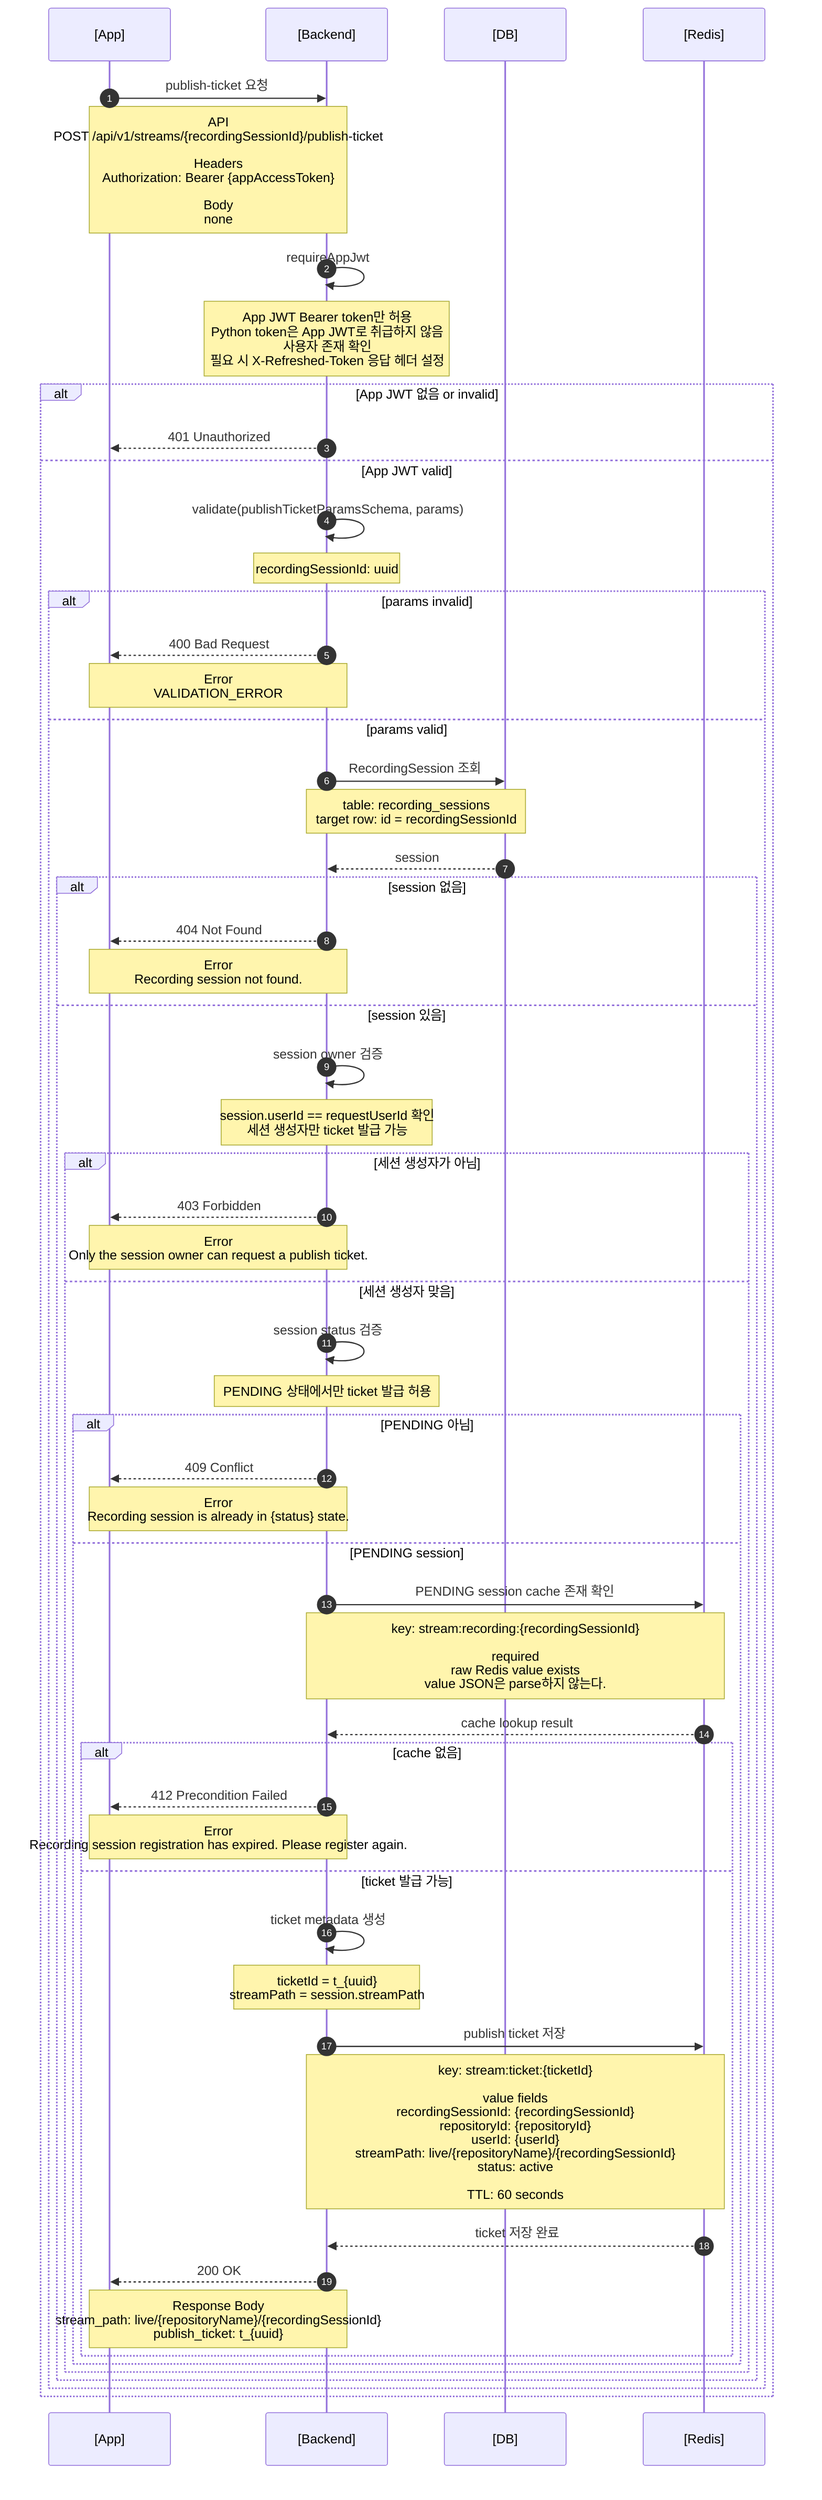
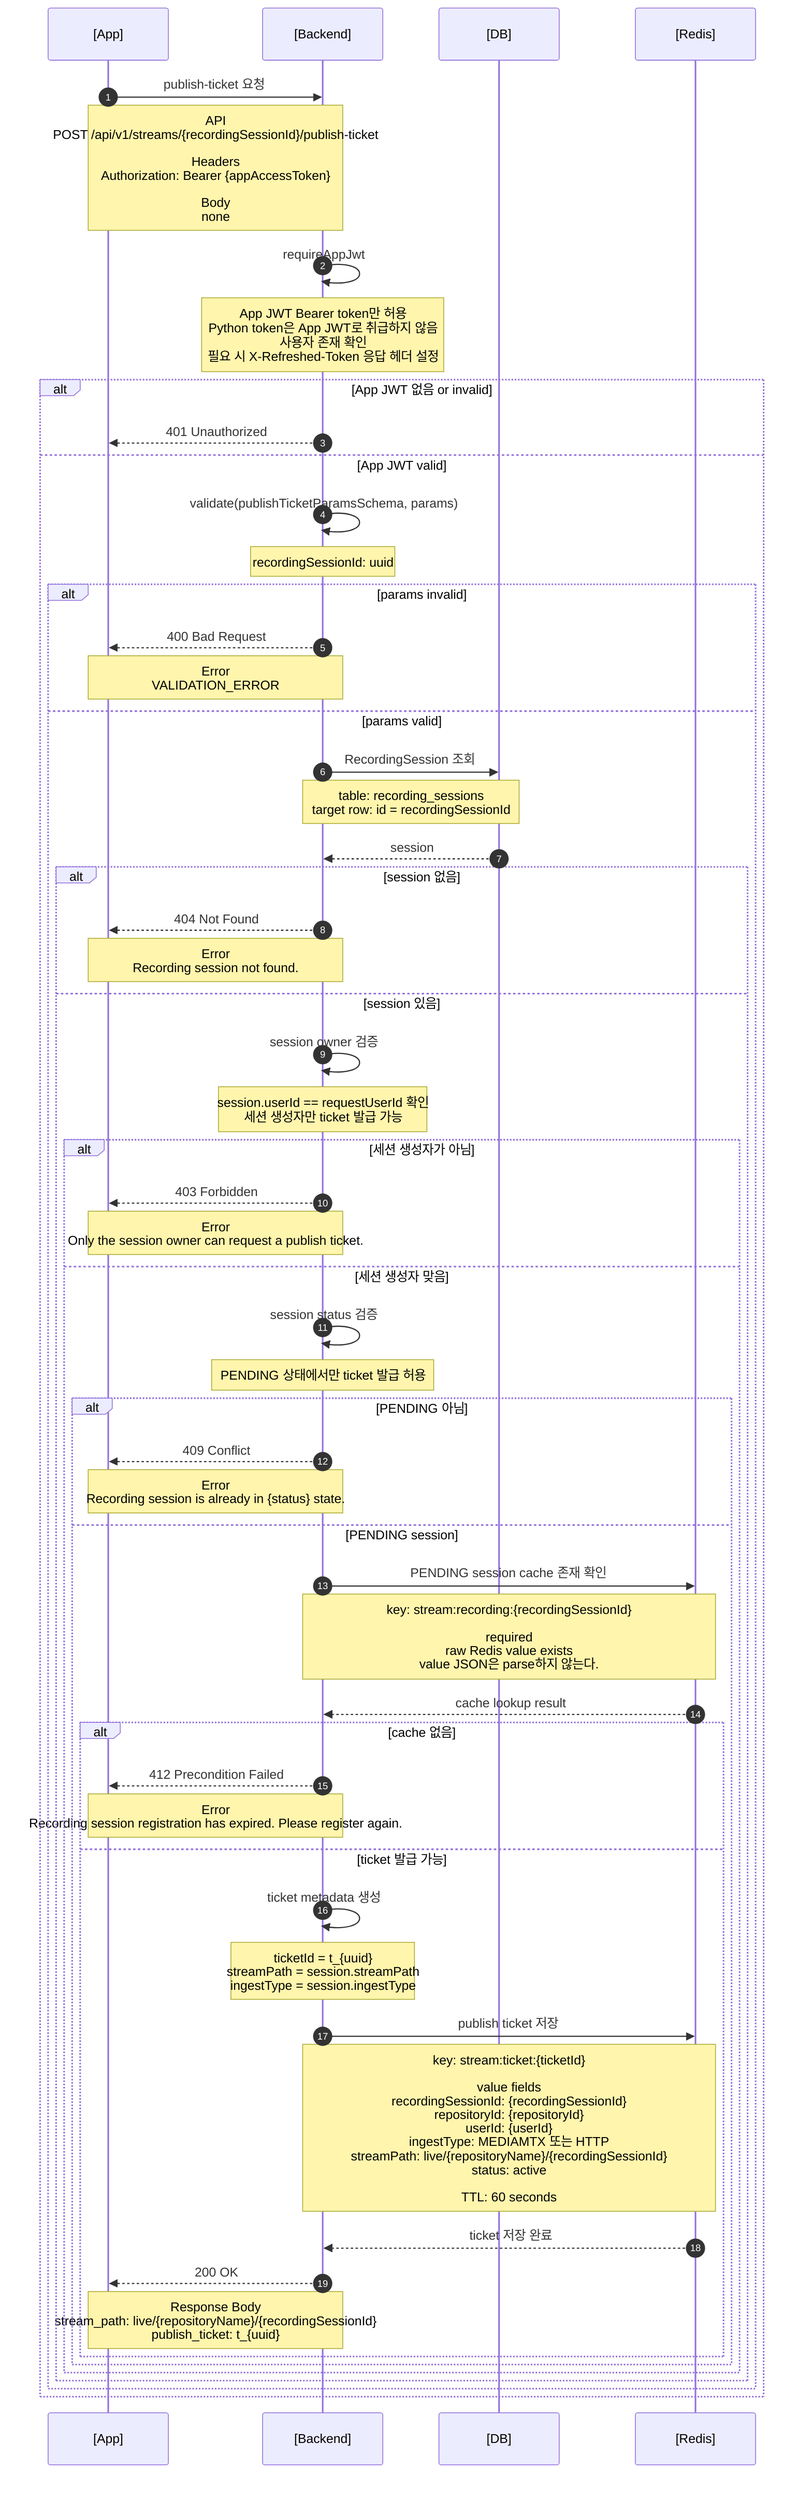
sequenceDiagram
  autonumber
  participant App as [App]
  participant Backend as [Backend]
  participant DB as [DB]
  participant Redis as [Redis]

  App->>Backend: publish-ticket 요청
  Note over App,Backend: API<br/>POST /api/v1/streams/{recordingSessionId}/publish-ticket<br/><br/>Headers<br/>Authorization: Bearer {appAccessToken}<br/><br/>Body<br/>none

  Backend->>Backend: requireAppJwt
  Note over Backend: App JWT Bearer token만 허용<br/>Python token은 App JWT로 취급하지 않음<br/>사용자 존재 확인<br/>필요 시 X-Refreshed-Token 응답 헤더 설정

  alt App JWT 없음 or invalid
    Backend-->>App: 401 Unauthorized
  else App JWT valid
    Backend->>Backend: validate(publishTicketParamsSchema, params)
    Note over Backend: recordingSessionId: uuid

    alt params invalid
      Backend-->>App: 400 Bad Request
      Note over App,Backend: Error<br/>VALIDATION_ERROR
    else params valid
      Backend->>DB: RecordingSession 조회
      Note over Backend,DB: table: recording_sessions<br/>target row: id = recordingSessionId
      DB-->>Backend: session

      alt session 없음
        Backend-->>App: 404 Not Found
        Note over App,Backend: Error<br/>Recording session not found.
      else session 있음
        Backend->>Backend: session owner 검증
        Note over Backend: session.userId == requestUserId 확인<br/>세션 생성자만 ticket 발급 가능
        alt 세션 생성자가 아님
          Backend-->>App: 403 Forbidden
          Note over App,Backend: Error<br/>Only the session owner can request a publish ticket.
        else 세션 생성자 맞음
          Backend->>Backend: session status 검증
          Note over Backend: PENDING 상태에서만 ticket 발급 허용
          alt PENDING 아님
            Backend-->>App: 409 Conflict
            Note over App,Backend: Error<br/>Recording session is already in {status} state.
          else PENDING session
            Backend->>Redis: PENDING session cache 존재 확인
            Note over Backend,Redis: key: stream:recording:{recordingSessionId}<br/><br/>required<br/>raw Redis value exists<br/>value JSON은 parse하지 않는다.
            Redis-->>Backend: cache lookup result

            alt cache 없음
              Backend-->>App: 412 Precondition Failed
              Note over App,Backend: Error<br/>Recording session registration has expired. Please register again.
            else ticket 발급 가능
              Backend->>Backend: ticket metadata 생성
-               Note over Backend: ticketId = t_{uuid}<br/>streamPath = session.streamPath
+               Note over Backend: ticketId = t_{uuid}<br/>streamPath = session.streamPath<br/>ingestType = session.ingestType

              Backend->>Redis: publish ticket 저장
-               Note over Backend,Redis: key: stream:ticket:{ticketId}<br/><br/>value fields<br/>recordingSessionId: {recordingSessionId}<br/>repositoryId: {repositoryId}<br/>userId: {userId}<br/>streamPath: live/{repositoryName}/{recordingSessionId}<br/>status: active<br/><br/>TTL: 60 seconds
+               Note over Backend,Redis: key: stream:ticket:{ticketId}<br/><br/>value fields<br/>recordingSessionId: {recordingSessionId}<br/>repositoryId: {repositoryId}<br/>userId: {userId}<br/>ingestType: MEDIAMTX 또는 HTTP<br/>streamPath: live/{repositoryName}/{recordingSessionId}<br/>status: active<br/><br/>TTL: 60 seconds
              Redis-->>Backend: ticket 저장 완료

              Backend-->>App: 200 OK
              Note over App,Backend: Response Body<br/>stream_path: live/{repositoryName}/{recordingSessionId}<br/>publish_ticket: t_{uuid}
            end
          end
        end
      end
    end
  end

%% 참고:
%% publish-ticket 단계에서는 repository 권한을 재검증하지 않는다.
%% PENDING 등록 유효성은 Redis stream:recording:{recordingSessionId} cache 존재 여부로만 검사한다.
%% recording_sessions row는 갱신하지 않는다.
%% publish-ticket 단계에서 Redis에 쓰는 값은 stream:ticket:{ticketId} 하나다.
+ %% ticket value에는 recording session의 ingestType을 저장한다.
+ %% MediaMTX auth/stream-ready는 ingestType=MEDIAMTX ticket만 허용한다.
+ %% HTTP stream start는 ingestType=HTTP ticket만 허용한다.
%% expiresAt은 JSON에 저장하지 않고 Redis TTL만 사용한다.
%% 이후 RTMP publish/auth/stream-ready 흐름은 .mermaid/3.rtmp-publish.mmd에서 다룬다.
%% 이후 WHIP publish/auth/stream-ready 흐름은 .mermaid/3.whip-publish.mmd에서 다룬다.
+ %% 이후 HTTP API based streaming start 흐름은 .mermaid/3.http-start.mmd에서 다룬다.
